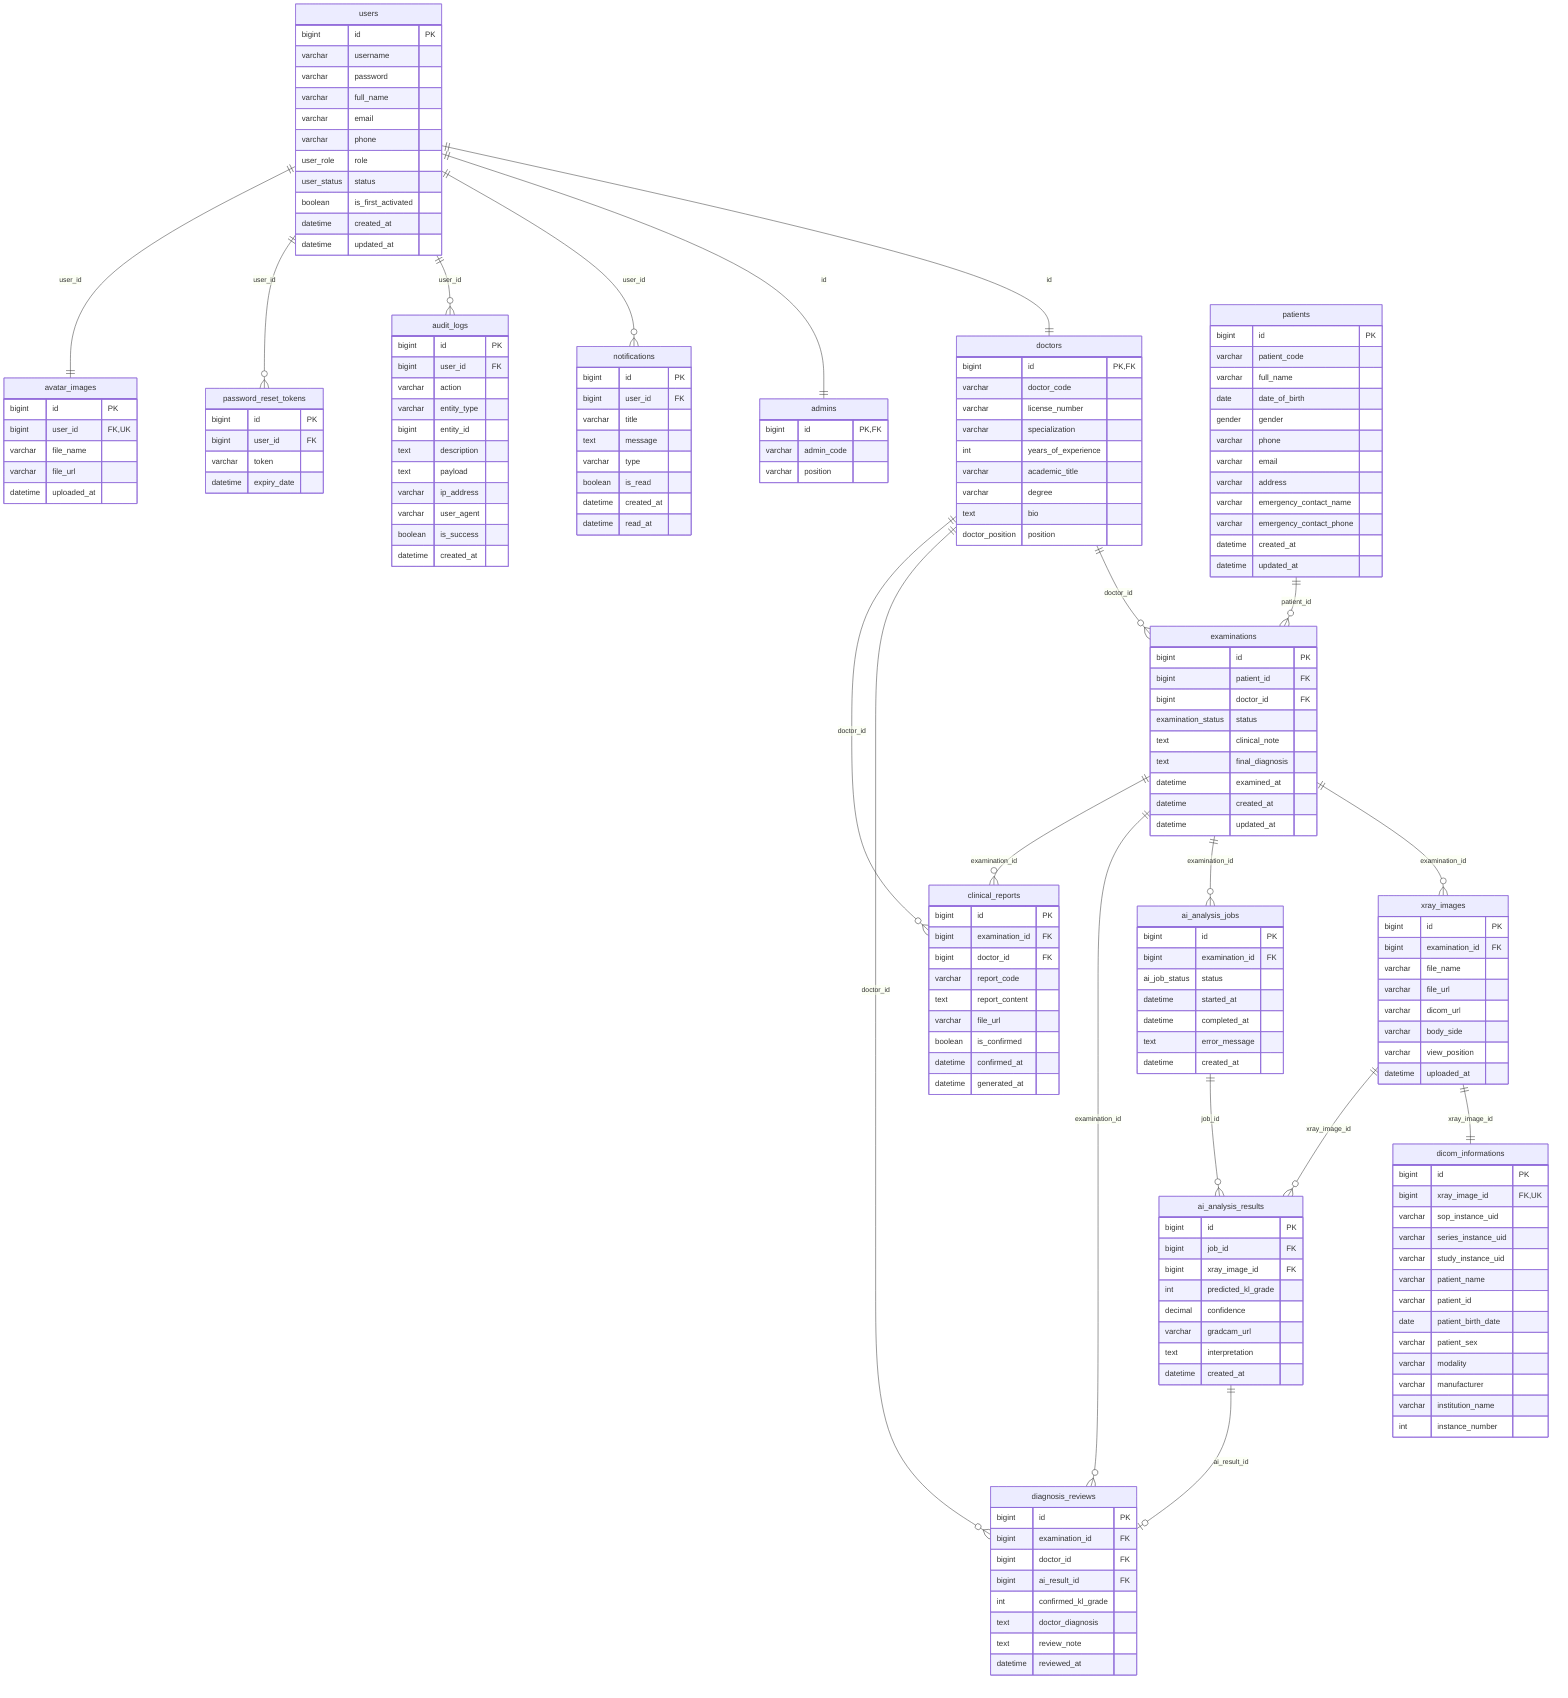
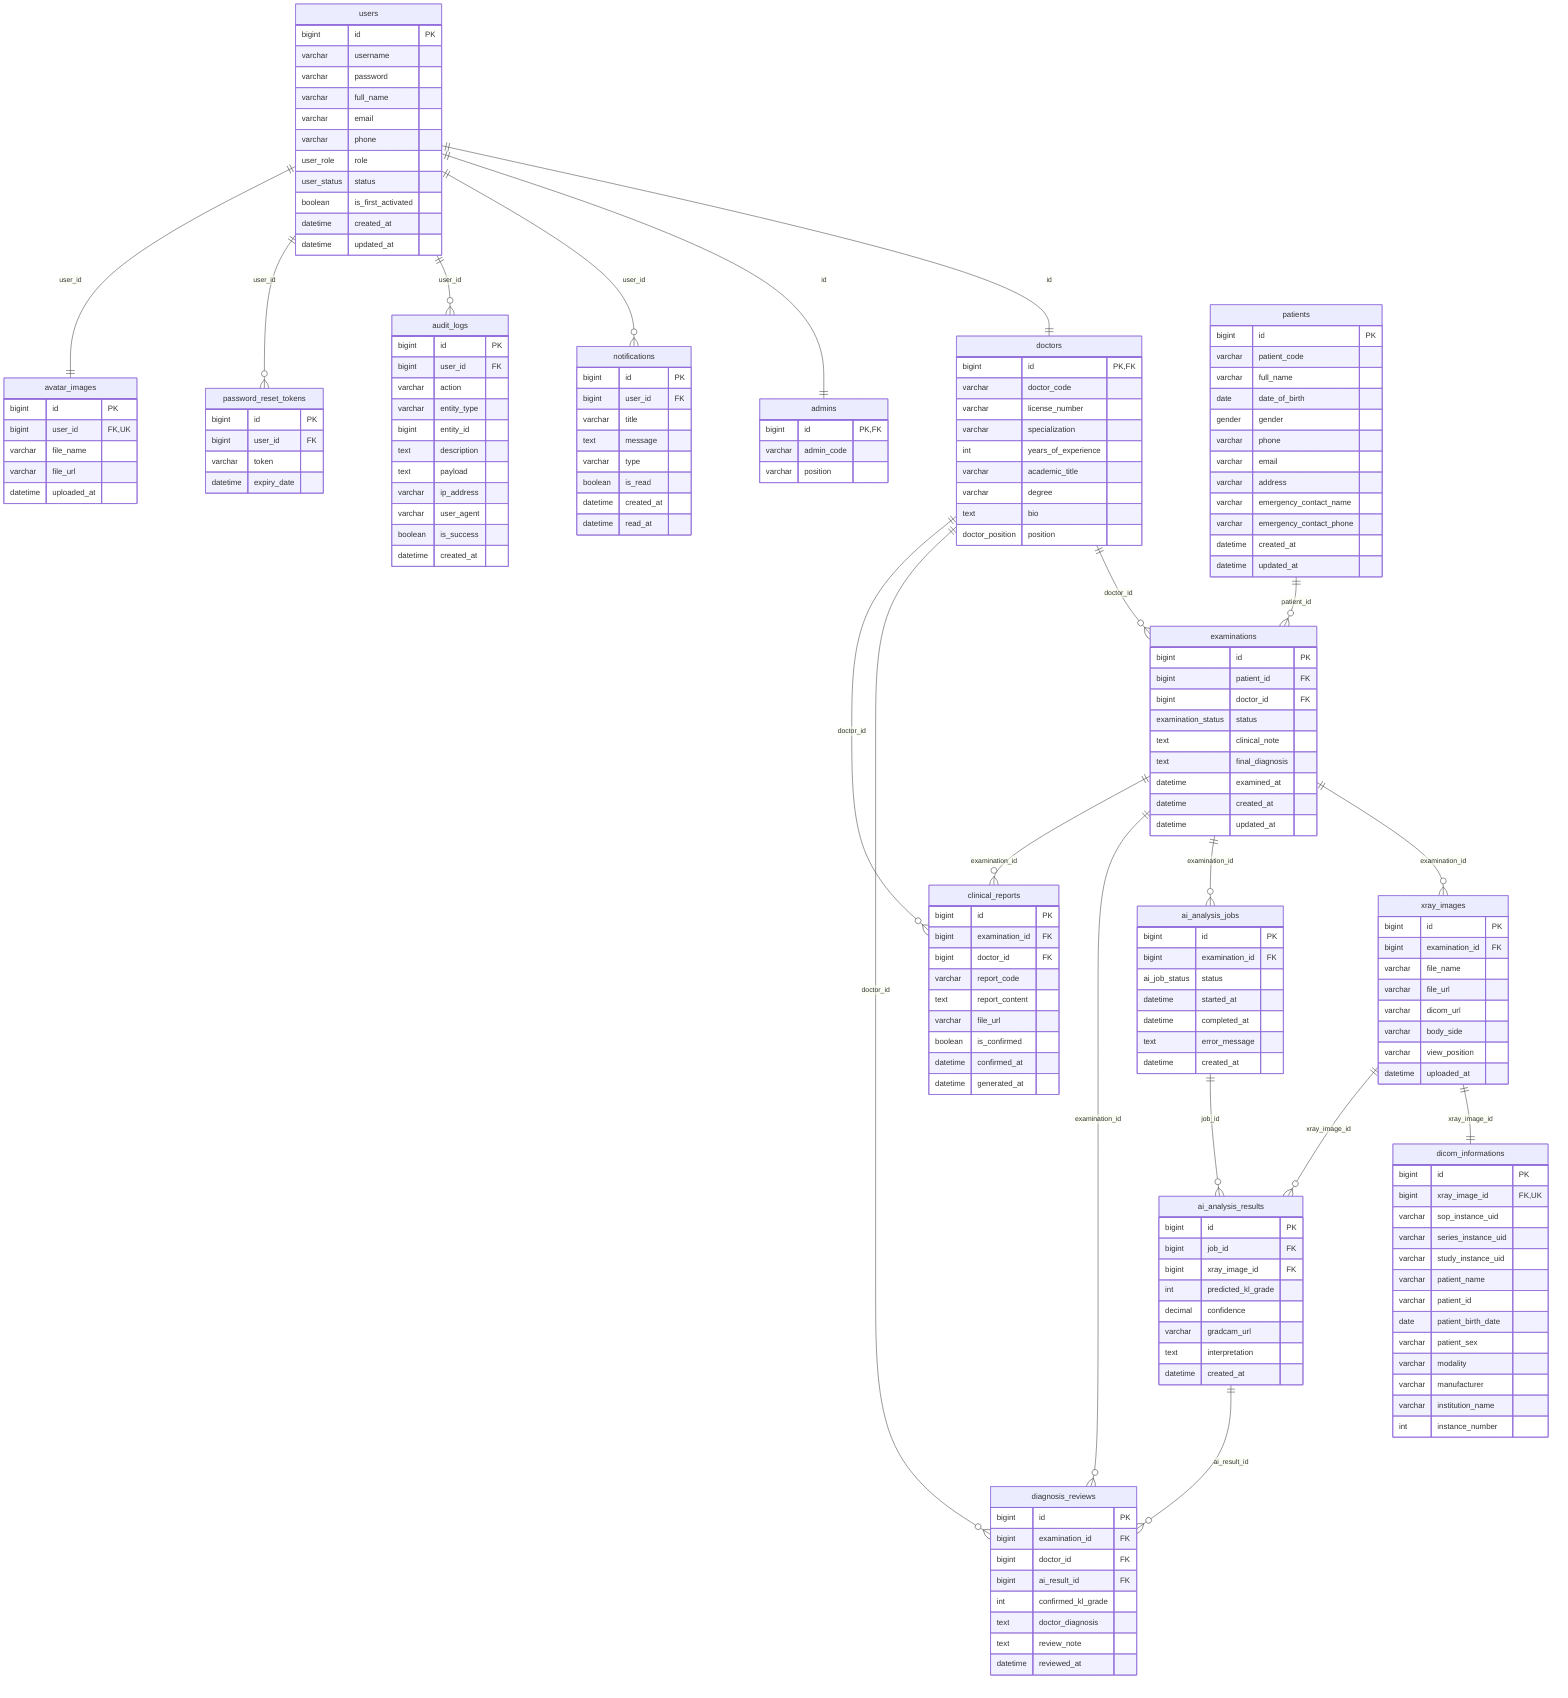
erDiagram
    users ||--|| doctors : "id"
    users ||--|| admins : "id"
    users ||--o{ notifications : "user_id"
    users ||--o{ audit_logs : "user_id"
    users ||--o{ password_reset_tokens : "user_id"
    users ||--|| avatar_images : "user_id"

    patients ||--o{ examinations : "patient_id"
    doctors ||--o{ examinations : "doctor_id"

    examinations ||--o{ xray_images : "examination_id"
    examinations ||--o{ ai_analysis_jobs : "examination_id"
    examinations ||--o{ diagnosis_reviews : "examination_id"
    examinations ||--o{ clinical_reports : "examination_id"

    xray_images ||--|| dicom_informations : "xray_image_id"
    xray_images ||--o{ ai_analysis_results : "xray_image_id"
    ai_analysis_jobs ||--o{ ai_analysis_results : "job_id"

    doctors ||--o{ diagnosis_reviews : "doctor_id"
-     ai_analysis_results ||--o| diagnosis_reviews : "ai_result_id"
+     ai_analysis_results ||--o{ diagnosis_reviews : "ai_result_id"

    doctors ||--o{ clinical_reports : "doctor_id"

    users {
        bigint id PK
        varchar username
        varchar password
        varchar full_name
        varchar email
        varchar phone
        user_role role
        user_status status
        boolean is_first_activated
        datetime created_at
        datetime updated_at
    }

    doctors {
        bigint id PK, FK
        varchar doctor_code
        varchar license_number
        varchar specialization
        int years_of_experience
        varchar academic_title
        varchar degree
        text bio
        doctor_position position
    }

    admins {
        bigint id PK, FK
        varchar admin_code
        varchar position
    }

    patients {
        bigint id PK
        varchar patient_code
        varchar full_name
        date date_of_birth
        gender gender
        varchar phone
        varchar email
        varchar address
        varchar emergency_contact_name
        varchar emergency_contact_phone
        datetime created_at
        datetime updated_at
    }

    examinations {
        bigint id PK
        bigint patient_id FK
        bigint doctor_id FK
        examination_status status
        text clinical_note
        text final_diagnosis
        datetime examined_at
        datetime created_at
        datetime updated_at
    }

    xray_images {
        bigint id PK
        bigint examination_id FK
        varchar file_name
        varchar file_url
        varchar dicom_url
        varchar body_side
        varchar view_position
        datetime uploaded_at
    }

    ai_analysis_jobs {
        bigint id PK
        bigint examination_id FK
        ai_job_status status
        datetime started_at
        datetime completed_at
        text error_message
        datetime created_at
    }

    ai_analysis_results {
        bigint id PK
        bigint job_id FK
        bigint xray_image_id FK
        int predicted_kl_grade
        decimal confidence
        varchar gradcam_url
        text interpretation
        datetime created_at
    }

    diagnosis_reviews {
        bigint id PK
        bigint examination_id FK
        bigint doctor_id FK
        bigint ai_result_id FK
        int confirmed_kl_grade
        text doctor_diagnosis
        text review_note
        datetime reviewed_at
    }

    clinical_reports {
        bigint id PK
        bigint examination_id FK
        bigint doctor_id FK
        varchar report_code
        text report_content
        varchar file_url
        boolean is_confirmed
        datetime confirmed_at
        datetime generated_at
    }

    notifications {
        bigint id PK
        bigint user_id FK
        varchar title
        text message
        varchar type
        boolean is_read
        datetime created_at
        datetime read_at
    }

    audit_logs {
        bigint id PK
        bigint user_id FK
        varchar action
        varchar entity_type
        bigint entity_id
        text description
        text payload
        varchar ip_address
        varchar user_agent
        boolean is_success
        datetime created_at
    }

    password_reset_tokens {
        bigint id PK
        bigint user_id FK
        varchar token
        datetime expiry_date
    }

    avatar_images {
        bigint id PK
        bigint user_id FK, UK
        varchar file_name
        varchar file_url
        datetime uploaded_at
    }

    dicom_informations {
        bigint id PK
        bigint xray_image_id FK, UK
        varchar sop_instance_uid
        varchar series_instance_uid
        varchar study_instance_uid
        varchar patient_name
        varchar patient_id
        date patient_birth_date
        varchar patient_sex
        varchar modality
        varchar manufacturer
        varchar institution_name
        int instance_number
    }
